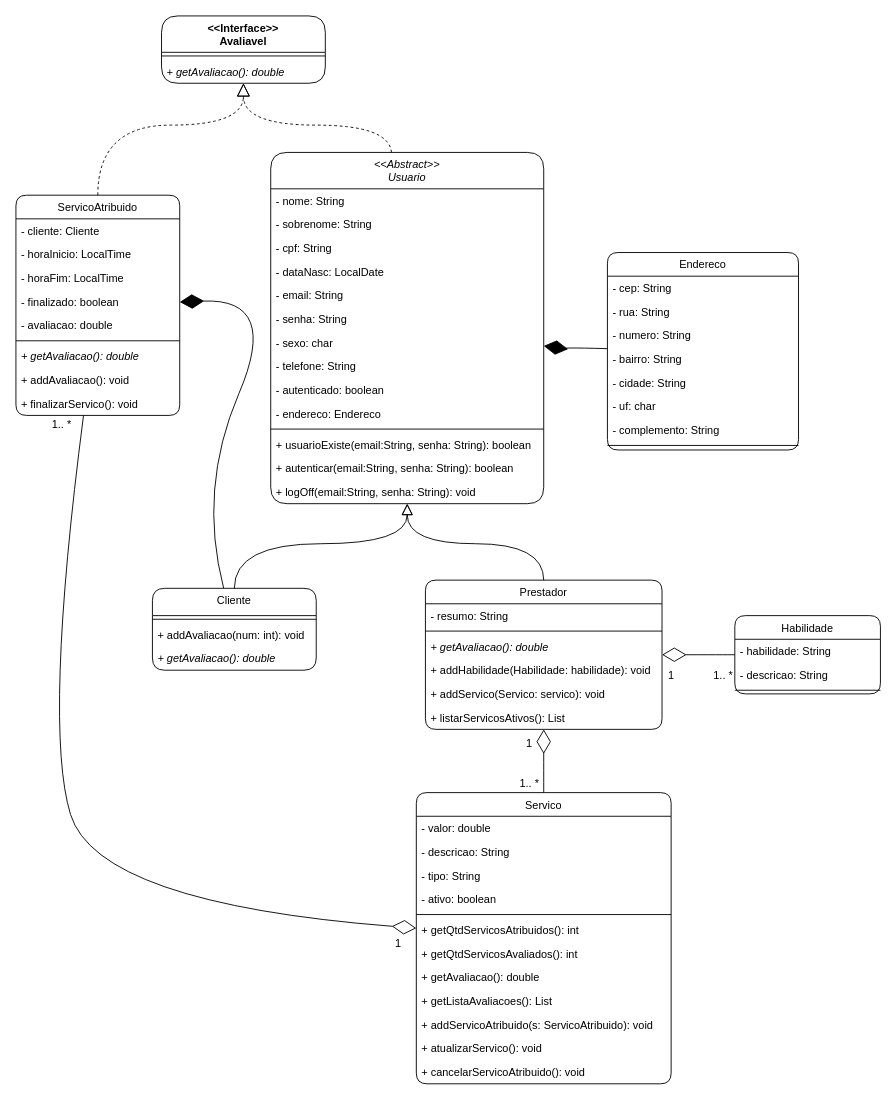
Before: docs/class diagram iara.drawio in j9remy/Iara-grupo-5, a draw.io diagram. Source tidied: cells renumbered, new cells numbered last; positions are measured from the earlier drawing's top-left corner, leaving out a move shared by most shapes. Both pictures are drawn from the tidied source at 91%, with x=0, y=0 at pixel (15, 15).
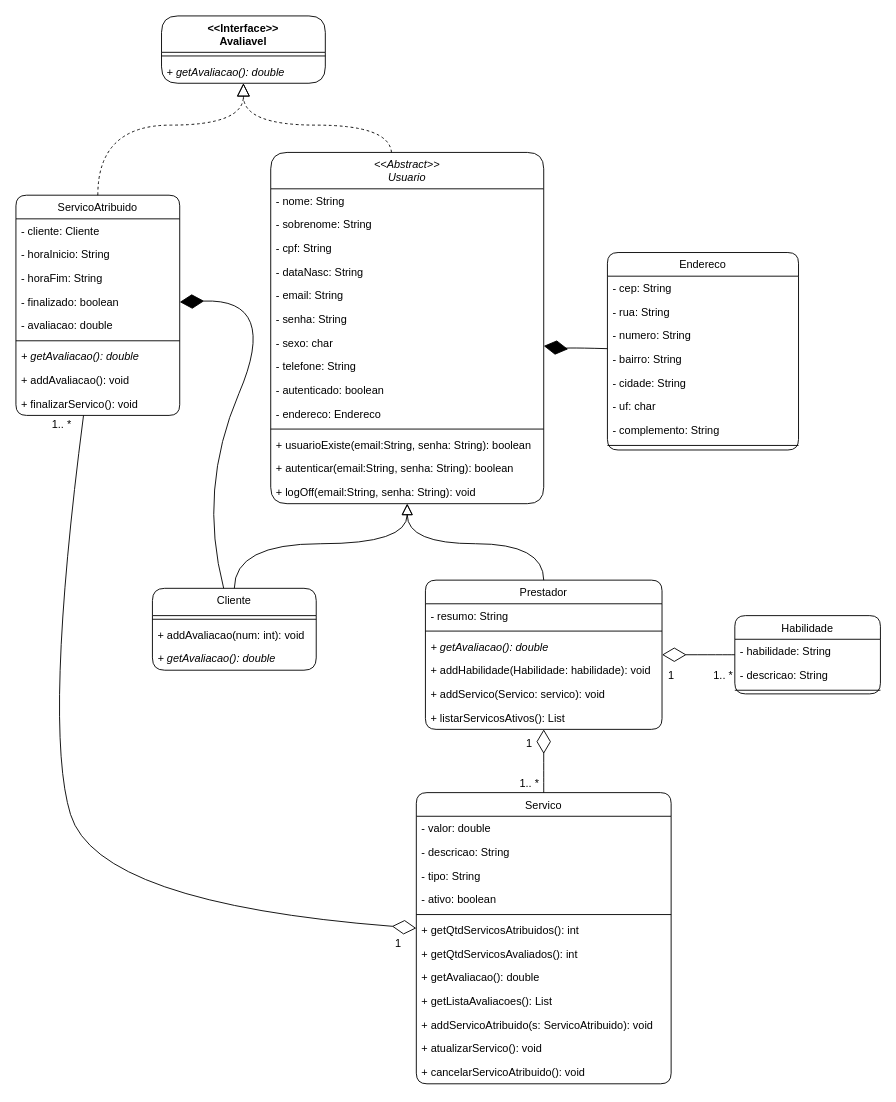
The same page after the edit.

Commit message (it also covers changes not shown here):
Alteração de LocalDate para String diagrama de classe

Unchanged cells that the change refers to:
```xml
<mxCell id="2" value="&lt;&lt;Abstract&gt;&gt;&#10;Usuario" style="swimlane;fontStyle=2;align=center;verticalAlign=top;horizontal=1;startSize=40;shadow=0;strokeWidth=1;rounded=1;" parent="1" vertex="1">
  <mxGeometry x="280" y="150" width="300" height="386" as="geometry" />
</mxCell>
<mxCell id="63" value="ServicoAtribuido" style="swimlane;fontStyle=0;align=center;verticalAlign=top;horizontal=1;startSize=26;shadow=0;strokeWidth=1;rounded=1;" parent="1" vertex="1">
  <mxGeometry y="197" width="180" height="242" as="geometry" />
</mxCell>
```

The edit, as a diff of the source:
```diff
@@
-    <mxCell id="6" value="- dataNasc: LocalDate" style="text;align=left;verticalAlign=top;spacingLeft=4;spacingRight=4;overflow=hidden;shadow=0;html=0;rounded=1;" parent="2" vertex="1">
+    <mxCell id="6" value="- dataNasc: String" style="text;align=left;verticalAlign=top;spacingLeft=4;spacingRight=4;overflow=hidden;shadow=0;html=0;rounded=1;" parent="2" vertex="1">
       <mxGeometry y="118" width="300" height="26" as="geometry" />
     </mxCell>
@@
-    <mxCell id="65" value="- horaInicio: LocalTime" style="text;align=left;verticalAlign=top;spacingLeft=4;spacingRight=4;overflow=hidden;rounded=1;" parent="63" vertex="1">
+    <mxCell id="65" value="- horaInicio: String" style="text;align=left;verticalAlign=top;spacingLeft=4;spacingRight=4;overflow=hidden;rounded=1;" parent="63" vertex="1">
       <mxGeometry y="52" width="180" height="26" as="geometry" />
     </mxCell>
-    <mxCell id="66" value="- horaFim: LocalTime" style="text;align=left;verticalAlign=top;spacingLeft=4;spacingRight=4;overflow=hidden;rounded=1;" parent="63" vertex="1">
+    <mxCell id="66" value="- horaFim: String" style="text;align=left;verticalAlign=top;spacingLeft=4;spacingRight=4;overflow=hidden;rounded=1;" parent="63" vertex="1">
       <mxGeometry y="78" width="180" height="26" as="geometry" />
     </mxCell>
```
